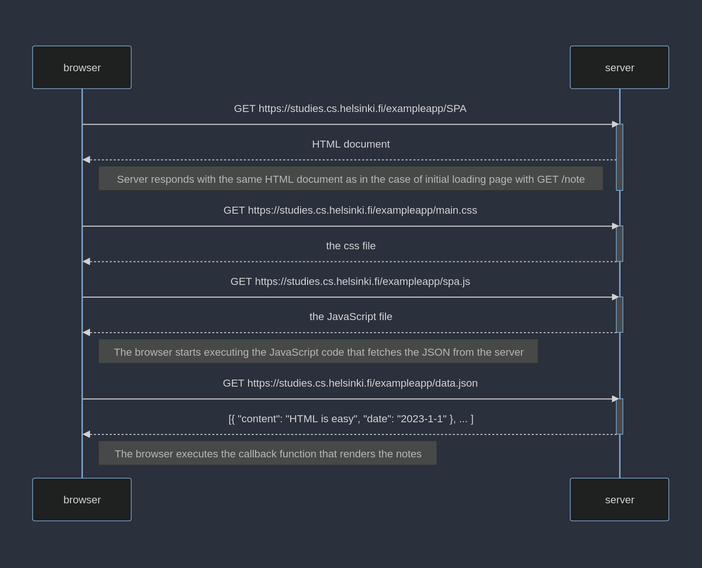
The Mermaid diagram part0/ex5/spa_diagram.png in SzanownyPanBorowiecki/fullstackopen, before a commit. Its source is kept beside it as part0/ex5/spa_diagram.mmd. Its diagram source:
```mermaid
sequenceDiagram
    participant browser
    participant server

    browser->>server: GET https://studies.cs.helsinki.fi/exampleapp/SPA
    activate server
    server-->>browser: HTML document
    Note left of server: Server responds with the same HTML document as in the case of initial loading page with GET /note
    deactivate server

    browser->>server: GET https://studies.cs.helsinki.fi/exampleapp/main.css
    activate server
    server-->>browser: the css file
    deactivate server

    browser->>server: GET https://studies.cs.helsinki.fi/exampleapp/spa.js
    activate server
    server-->>browser: the JavaScript file
    deactivate server

    Note right of browser: The browser starts executing the JavaScript code that fetches the JSON from the server

    browser->>server: GET https://studies.cs.helsinki.fi/exampleapp/data.json
    activate server
    server-->>browser: [{ "content": "HTML is easy", "date": "2023-1-1" }, ... ]
    deactivate server

    Note right of browser: The browser executes the callback function that renders the notes
```
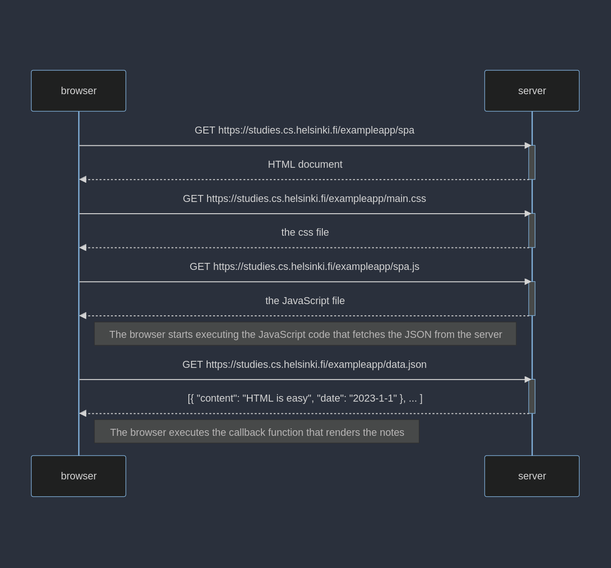
The same diagram one commit later.

Change to the diagram source:
```diff
@@ -2,7 +2,7 @@
     participant browser
     participant server
 
-    browser->>server: GET https://studies.cs.helsinki.fi/exampleapp/SPA
+    browser->>server: GET https://studies.cs.helsinki.fi/exampleapp/spa
     activate server
     server-->>browser: HTML document
     Note left of server: Server responds with the same HTML document as in the case of initial loading page with GET /note
```
